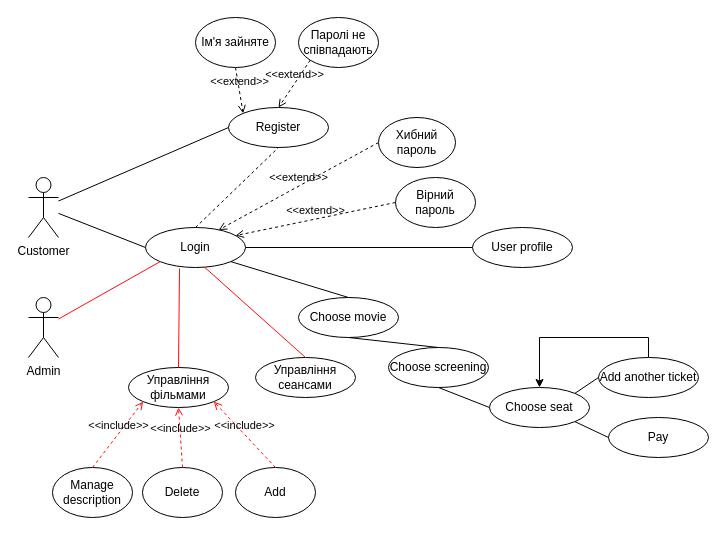
This is Use-case.drawio from chirikkikik/cinema, a draw.io file, before an edit. Source tidied: cells renumbered, new cells numbered last; positions are measured from the earlier drawing's top-left corner, leaving out a move shared by most shapes. Both pictures are drawn from the tidied source at 100%, with x=0, y=0 at pixel (28, 17).
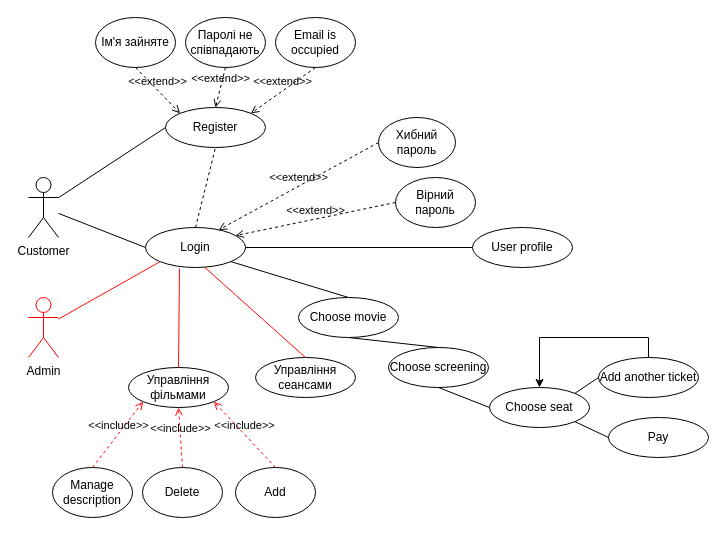
The same diagram, later.

Commit message:
manage use-case diagram

What changed in the source:
```diff
@@
     <mxCell id="3" value="Register" style="ellipse;whiteSpace=wrap;html=1;" parent="1" vertex="1">
-      <mxGeometry x="200" y="90" width="100" height="40" as="geometry" />
+      <mxGeometry x="137" y="90" width="100" height="40" as="geometry" />
     </mxCell>
@@
     <mxCell id="19" value="Ім'я зайняте" style="ellipse;whiteSpace=wrap;html=1;" parent="1" vertex="1">
-      <mxGeometry x="167" width="80" height="50" as="geometry" />
+      <mxGeometry x="67" width="80" height="50" as="geometry" />
     </mxCell>
     <mxCell id="20" value="Паролі не співпадають" style="ellipse;whiteSpace=wrap;html=1;" parent="1" vertex="1">
-      <mxGeometry x="270" width="80" height="50" as="geometry" />
+      <mxGeometry x="157" width="80" height="50" as="geometry" />
     </mxCell>
-    <mxCell id="21" value="&amp;lt;&amp;lt;extend&amp;gt;&amp;gt;" style="html=1;verticalAlign=bottom;labelBackgroundColor=none;endArrow=open;endFill=0;dashed=1;rounded=0;exitX=0;exitY=1;exitDx=0;exitDy=0;entryX=0.5;entryY=0;entryDx=0;entryDy=0;" parent="1" edge="1" source="20" target="3">
+    <mxCell id="21" value="&amp;lt;&amp;lt;extend&amp;gt;&amp;gt;" style="html=1;verticalAlign=bottom;labelBackgroundColor=none;endArrow=open;endFill=0;dashed=1;rounded=0;exitX=0.5;exitY=1;exitDx=0;exitDy=0;entryX=0.5;entryY=0;entryDx=0;entryDy=0;" parent="1" edge="1" source="20" target="3">
       <mxGeometry relative="1" as="geometry" />
     </mxCell>
@@
-    <mxCell id="29" value="Admin" style="shape=umlActor;verticalLabelPosition=bottom;verticalAlign=top;html=1;strokeColor=light-dark(#000000,#FF0B0B);" parent="1" vertex="1">
+    <mxCell id="29" value="Admin" style="shape=umlActor;verticalLabelPosition=bottom;verticalAlign=top;html=1;strokeColor=#FF0000;" parent="1" vertex="1">
       <mxGeometry y="280" width="30" height="60" as="geometry" />
     </mxCell>
@@
+    <mxCell id="41" value="Email is occupied" style="ellipse;whiteSpace=wrap;html=1;" parent="1" vertex="1">
+      <mxGeometry x="247" width="80" height="50" as="geometry" />
+    </mxCell>
+    <mxCell id="42" value="&amp;lt;&amp;lt;extend&amp;gt;&amp;gt;" style="html=1;verticalAlign=bottom;labelBackgroundColor=none;endArrow=open;endFill=0;dashed=1;exitX=0.5;exitY=1;exitDx=0;exitDy=0;entryX=1;entryY=0;entryDx=0;entryDy=0;" parent="1" edge="1" source="41" target="3">
+      <mxGeometry relative="1" as="geometry" />
+    </mxCell>
```
